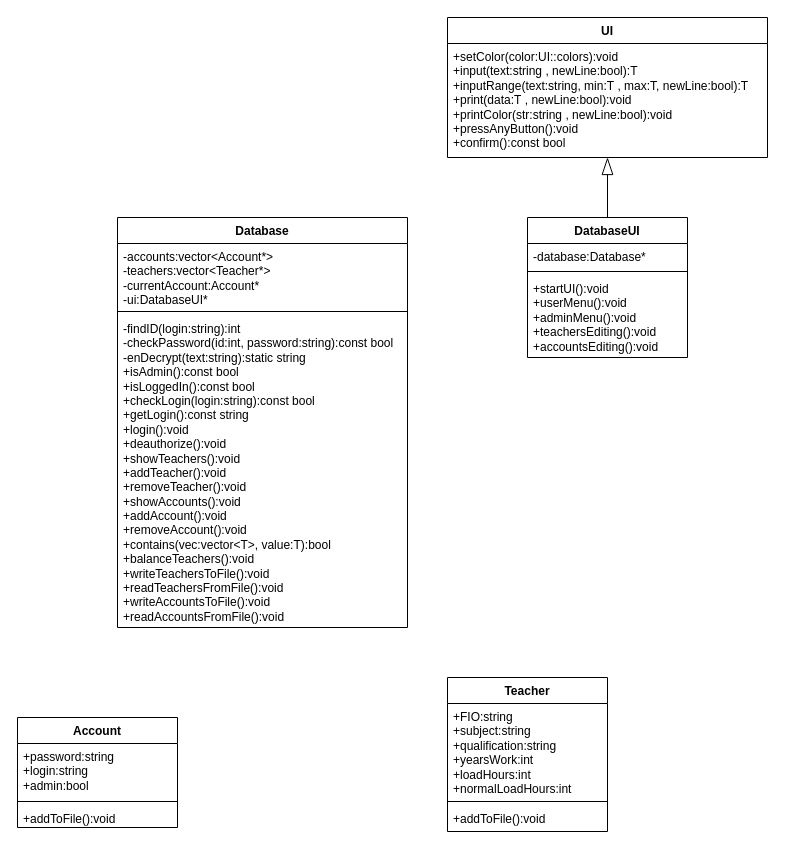
Earlier version of the draw.io diagram Classes.drawio (ThomasCharester/Order6). Source tidied: cells renumbered, new cells numbered last; positions are measured from the earlier drawing's top-left corner, leaving out a move shared by most shapes. Both pictures are drawn from the tidied source at 100%, with x=0, y=0 at pixel (17, 17).
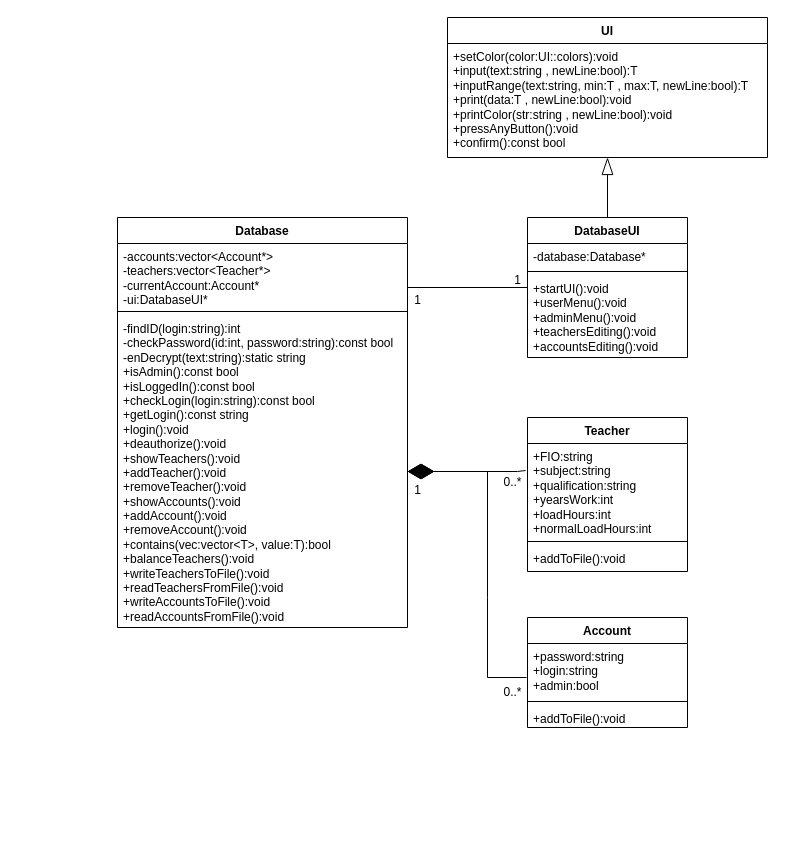
Above is the later version.

The change refers to these unchanged cells:
```xml
<mxCell id="5" value="&lt;div&gt;&lt;span style=&quot;white-space: normal;&quot;&gt;-findID(login:&lt;/span&gt;&lt;span style=&quot;background-color: initial;&quot;&gt;string&lt;/span&gt;&lt;span style=&quot;background-color: initial;&quot;&gt;):&lt;/span&gt;&lt;span style=&quot;background-color: initial;&quot;&gt;int&lt;/span&gt;&lt;span style=&quot;background-color: initial;&quot;&gt;&amp;nbsp;&lt;/span&gt;&lt;/div&gt;&lt;div&gt;&lt;span style=&quot;white-space: normal;&quot;&gt;-checkPassword(&lt;/span&gt;&lt;span style=&quot;background-color: initial;&quot;&gt;id:&lt;/span&gt;&lt;span style=&quot;background-color: initial;&quot;&gt;int, password:&lt;/span&gt;&lt;span style=&quot;background-color: initial;&quot;&gt;string&lt;/span&gt;&lt;span style=&quot;background-color: initial;&quot;&gt;):&lt;/span&gt;&lt;span style=&quot;background-color: initial;&quot;&gt;const bool&lt;/span&gt;&lt;span style=&quot;background-color: initial;&quot;&gt;&amp;nbsp;&lt;/span&gt;&lt;/div&gt;&lt;div&gt;&lt;span style=&quot;white-space: normal;&quot;&gt;-enDecrypt(text:&lt;/span&gt;&lt;span style=&quot;background-color: initial;&quot;&gt;string&lt;/span&gt;&lt;span style=&quot;background-color: initial;&quot;&gt;):&lt;/span&gt;&lt;span style=&quot;background-color: initial;&quot;&gt;static string&lt;/span&gt;&lt;span style=&quot;background-color: initial;&quot;&gt;&amp;nbsp;&lt;/span&gt;&lt;/div&gt;&lt;div&gt;&lt;span style=&quot;background-color: initial;&quot;&gt;&lt;div&gt;+isAdmin():const bool&lt;/div&gt;&lt;div&gt;+isLoggedIn():const bool&lt;/div&gt;&lt;div&gt;+checkLogin(login:&lt;span style=&quot;background-color: initial;&quot;&gt;string&lt;/span&gt;&lt;span style=&quot;background-color: initial;&quot;&gt;):const bool&lt;/span&gt;&lt;/div&gt;&lt;/span&gt;&lt;span style=&quot;background-color: initial;&quot;&gt;&lt;div&gt;+getLogin():const string&lt;/div&gt;&lt;div&gt;+login():void&lt;/div&gt;&lt;div&gt;+deauthorize():void&lt;/div&gt;&lt;div&gt;+showTeachers():void&lt;/div&gt;&lt;div&gt;+addTeacher():void&lt;/div&gt;&lt;div&gt;+removeTeacher():void&lt;/div&gt;&lt;div&gt;+showAccounts():void&lt;/div&gt;&lt;div&gt;+addAccount():void&lt;/div&gt;&lt;div&gt;+removeAccount():void&lt;/div&gt;&lt;div&gt;+contains(vec:&lt;span style=&quot;background-color: initial;&quot;&gt;vector&amp;lt;T&amp;gt;&lt;/span&gt;&lt;span style=&quot;background-color: initial;&quot;&gt;, value:&lt;/span&gt;&lt;span style=&quot;background-color: initial;&quot;&gt;T&lt;/span&gt;&lt;span style=&quot;background-color: initial;&quot;&gt;):bool&lt;/span&gt;&lt;/div&gt;&lt;/span&gt;&lt;span style=&quot;background-color: initial;&quot;&gt;&lt;div&gt;+balanceTeachers():void&lt;/div&gt;&lt;div&gt;+writeTeachersToFile():void&lt;/div&gt;&lt;div&gt;+readTeachersFromFile():void&lt;/div&gt;&lt;div&gt;+writeAccountsToFile():void&lt;/div&gt;&lt;div&gt;&lt;span style=&quot;background-color: initial;&quot;&gt;+readAccountsFromFile():void&lt;/span&gt;&lt;br&gt;&lt;/div&gt;&lt;/span&gt;&lt;/div&gt;" style="text;strokeColor=none;fillColor=none;align=left;verticalAlign=top;spacingLeft=4;spacingRight=4;overflow=hidden;points=[[0,0.5],[1,0.5]];portConstraint=eastwest;whiteSpace=wrap;html=1;" parent="2" vertex="1">
  <mxGeometry y="98" width="290" height="312" as="geometry" />
</mxCell>
<mxCell id="14" value="+password:string&lt;div&gt;+login:string&lt;/div&gt;&lt;div&gt;+admin:bool&lt;/div&gt;&lt;div&gt;&lt;br&gt;&lt;/div&gt;" style="text;strokeColor=none;fillColor=none;align=left;verticalAlign=top;spacingLeft=4;spacingRight=4;overflow=hidden;points=[[0,0.5],[1,0.5]];portConstraint=eastwest;whiteSpace=wrap;html=1;" parent="13" vertex="1">
  <mxGeometry y="26" width="160" height="54" as="geometry" />
</mxCell>
<mxCell id="18" value="&lt;div&gt;+FIO:&lt;span style=&quot;background-color: initial;&quot;&gt;string&lt;/span&gt;&lt;span style=&quot;background-color: initial;&quot;&gt;&amp;nbsp;&lt;/span&gt;&lt;/div&gt;&lt;div&gt;+subject:&lt;span style=&quot;background-color: initial;&quot;&gt;string&lt;/span&gt;&lt;span style=&quot;background-color: initial;&quot;&gt;&amp;nbsp;&lt;/span&gt;&lt;/div&gt;&lt;div&gt;+qualification:&lt;span style=&quot;background-color: initial;&quot;&gt;string&lt;/span&gt;&lt;span style=&quot;background-color: initial;&quot;&gt;&amp;nbsp;&lt;/span&gt;&lt;/div&gt;&lt;div&gt;+yearsWork:&lt;span style=&quot;background-color: initial;&quot;&gt;int&lt;/span&gt;&lt;span style=&quot;background-color: initial;&quot;&gt;&amp;nbsp;&lt;/span&gt;&lt;/div&gt;&lt;div&gt;+loadHours:&lt;span style=&quot;background-color: initial;&quot;&gt;int&lt;/span&gt;&lt;span style=&quot;background-color: initial;&quot;&gt;&amp;nbsp;&lt;/span&gt;&lt;/div&gt;&lt;div&gt;+normalLoadHours:&lt;span style=&quot;background-color: initial;&quot;&gt;int&lt;/span&gt;&lt;span style=&quot;background-color: initial;&quot;&gt;&amp;nbsp;&lt;/span&gt;&lt;/div&gt;" style="text;strokeColor=none;fillColor=none;align=left;verticalAlign=top;spacingLeft=4;spacingRight=4;overflow=hidden;points=[[0,0.5],[1,0.5]];portConstraint=eastwest;whiteSpace=wrap;html=1;" parent="17" vertex="1">
  <mxGeometry y="26" width="160" height="94" as="geometry" />
</mxCell>
```

What changed in the source:
```diff
@@
     <mxCell id="13" value="Account" style="swimlane;fontStyle=1;align=center;verticalAlign=top;horizontal=1;startSize=26;whiteSpace=wrap;html=1;" parent="1" vertex="1">
-      <mxGeometry y="700" width="160" height="110" as="geometry" />
+      <mxGeometry x="510" y="600" width="160" height="110" as="geometry" />
     </mxCell>
@@
     <mxCell id="17" value="Teacher" style="swimlane;fontStyle=1;align=center;verticalAlign=top;horizontal=1;startSize=26;whiteSpace=wrap;html=1;" parent="1" vertex="1">
-      <mxGeometry x="430" y="660" width="160" height="154" as="geometry" />
+      <mxGeometry x="510" y="400" width="160" height="154" as="geometry" />
     </mxCell>
@@
+    <mxCell id="21" style="endArrow=diamondThin;endFill=1;endSize=24;html=1;rounded=0;entryX=1;entryY=0.5;entryDx=0;entryDy=0;exitX=-0.012;exitY=0.287;exitDx=0;exitDy=0;exitPerimeter=0;" parent="1" edge="1" source="18" target="5">
+      <mxGeometry relative="1" as="geometry">
+        <Array as="points">
+          <mxPoint x="500" y="454" />
+        </Array>
+      </mxGeometry>
+    </mxCell>
+    <mxCell id="22" style="endArrow=diamondThin;endFill=1;endSize=24;html=1;rounded=0;exitX=-0.006;exitY=0.63;exitDx=0;exitDy=0;exitPerimeter=0;" parent="1" edge="1" source="14" target="5">
+      <mxGeometry relative="1" as="geometry">
+        <Array as="points">
+          <mxPoint x="470" y="660" />
+          <mxPoint x="470" y="580" />
+          <mxPoint x="470" y="454" />
+        </Array>
+      </mxGeometry>
+    </mxCell>
+    <mxCell id="23" value="1" style="text;html=1;align=center;verticalAlign=middle;strokeColor=none;fillColor=none;" parent="1" vertex="1">
+      <mxGeometry x="385" y="458" width="30" height="30" as="geometry" />
+    </mxCell>
+    <mxCell id="24" value="0..*" style="text;html=1;align=center;verticalAlign=middle;strokeColor=none;fillColor=none;" parent="1" vertex="1">
+      <mxGeometry x="475" y="450" width="40" height="30" as="geometry" />
+    </mxCell>
+    <mxCell id="25" value="0..*" style="text;html=1;align=center;verticalAlign=middle;strokeColor=none;fillColor=none;" parent="1" vertex="1">
+      <mxGeometry x="475" y="660" width="40" height="30" as="geometry" />
+    </mxCell>
+    <mxCell id="26" style="line;strokeWidth=1;fillColor=none;align=left;verticalAlign=middle;spacingTop=-1;spacingLeft=3;spacingRight=3;labelPosition=right;strokeColor=inherit;" parent="1" vertex="1">
+      <mxGeometry x="390" y="266" width="120" height="8" as="geometry" />
+    </mxCell>
+    <mxCell id="27" value="1" style="text;html=1;align=center;verticalAlign=middle;strokeColor=none;fillColor=none;" parent="1" vertex="1">
+      <mxGeometry x="385" y="268" width="30" height="30" as="geometry" />
+    </mxCell>
+    <mxCell id="28" value="1" style="text;html=1;align=center;verticalAlign=middle;strokeColor=none;fillColor=none;" parent="1" vertex="1">
+      <mxGeometry x="485" y="248" width="30" height="30" as="geometry" />
+    </mxCell>
```
